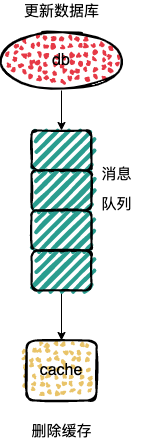
boilingfrog/Go-POINT keeps this draw.io diagram as img/redis/redis-cache-mq.png. Above is the earlier version. Source tidied: cells renumbered, new cells last; positions are measured from the earlier drawing's top-left corner, leaving out a move shared by most shapes. The source it was exported from:
```xml
<mxGraphModel>
  <root>
    <mxCell id="0" />
    <mxCell id="1" parent="0" />
    <mxCell id="2" style="edgeStyle=none;html=1;entryX=0;entryY=0.5;entryDx=0;entryDy=0;" parent="1" edge="1" source="3" target="4">
      <mxGeometry relative="1" as="geometry" />
    </mxCell>
    <mxCell id="3" value="db" style="ellipse;whiteSpace=wrap;html=1;strokeWidth=2;fillWeight=2;hachureGap=8;fillColor=#E63946;fillStyle=dots;sketch=1;fontSize=16;" parent="1" vertex="1">
      <mxGeometry y="30" width="120" height="60" as="geometry" />
    </mxCell>
    <mxCell id="4" style="rounded=1;whiteSpace=wrap;html=1;strokeWidth=2;fillWeight=4;hachureGap=8;hachureAngle=45;sketch=1;fillColor=#2A9D8F;direction=south;" parent="1" vertex="1">
      <mxGeometry x="30" y="130" width="60" height="40" as="geometry" />
    </mxCell>
    <mxCell id="5" style="rounded=1;whiteSpace=wrap;html=1;strokeWidth=2;fillWeight=4;hachureGap=8;hachureAngle=45;sketch=1;fillColor=#2A9D8F;direction=south;" parent="1" vertex="1">
      <mxGeometry x="30" y="170" width="60" height="40" as="geometry" />
    </mxCell>
    <mxCell id="6" style="rounded=1;whiteSpace=wrap;html=1;strokeWidth=2;fillWeight=4;hachureGap=8;hachureAngle=45;sketch=1;fillColor=#2A9D8F;direction=south;" parent="1" vertex="1">
      <mxGeometry x="30" y="210" width="60" height="40" as="geometry" />
    </mxCell>
    <mxCell id="7" style="edgeStyle=none;html=1;entryX=0.5;entryY=0;entryDx=0;entryDy=0;" parent="1" edge="1" source="8" target="10">
      <mxGeometry relative="1" as="geometry" />
    </mxCell>
    <mxCell id="8" style="rounded=1;whiteSpace=wrap;html=1;strokeWidth=2;fillWeight=4;hachureGap=8;hachureAngle=45;sketch=1;fillColor=#2A9D8F;direction=south;" parent="1" vertex="1">
      <mxGeometry x="30" y="250" width="60" height="40" as="geometry" />
    </mxCell>
    <mxCell id="9" value="&lt;span style=&quot;font-size: 15px&quot;&gt;消息&lt;br&gt;队列&lt;/span&gt;" style="text;html=1;align=center;verticalAlign=middle;strokeColor=none;fillColor=none;fontSize=25;" parent="1" vertex="1">
      <mxGeometry x="90" y="150" width="50" height="70" as="geometry" />
    </mxCell>
    <mxCell id="10" value="cache" style="rounded=1;whiteSpace=wrap;html=1;strokeWidth=2;fillWeight=2;hachureGap=8;hachureAngle=45;fillColor=#E9C46A;sketch=1;fontSize=16;fillStyle=dots;" parent="1" vertex="1">
      <mxGeometry x="25" y="340" width="70" height="60" as="geometry" />
    </mxCell>
    <mxCell id="11" value="更新数据库" style="text;html=1;align=center;verticalAlign=middle;strokeColor=none;fillColor=none;fontSize=15;" parent="1" vertex="1">
      <mxGeometry x="15" width="90" height="20" as="geometry" />
    </mxCell>
    <mxCell id="12" value="删除缓存" style="text;html=1;align=center;verticalAlign=middle;strokeColor=none;fillColor=none;fontSize=15;" parent="1" vertex="1">
      <mxGeometry x="20" y="420" width="80" height="20" as="geometry" />
    </mxCell>
  </root>
</mxGraphModel>
```
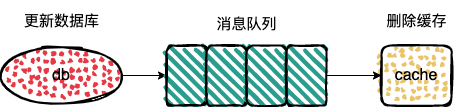
The same file after the commit.

Commit message:
feat:Redis 中的缓存应用

What changed in the source:
```diff
@@ -2,38 +2,38 @@
   <root>
     <mxCell id="0" />
     <mxCell id="1" parent="0" />
-    <mxCell id="2" style="edgeStyle=none;html=1;entryX=0;entryY=0.5;entryDx=0;entryDy=0;" parent="1" edge="1" source="3" target="4">
+    <mxCell id="2" style="edgeStyle=none;html=1;entryX=1;entryY=0.5;entryDx=0;entryDy=0;" parent="1" edge="1" source="3" target="4">
       <mxGeometry relative="1" as="geometry" />
     </mxCell>
     <mxCell id="3" value="db" style="ellipse;whiteSpace=wrap;html=1;strokeWidth=2;fillWeight=2;hachureGap=8;fillColor=#E63946;fillStyle=dots;sketch=1;fontSize=16;" parent="1" vertex="1">
-      <mxGeometry y="30" width="120" height="60" as="geometry" />
+      <mxGeometry x="-270" y="70" width="120" height="60" as="geometry" />
     </mxCell>
-    <mxCell id="4" style="rounded=1;whiteSpace=wrap;html=1;strokeWidth=2;fillWeight=4;hachureGap=8;hachureAngle=45;sketch=1;fillColor=#2A9D8F;direction=south;" parent="1" vertex="1">
-      <mxGeometry x="30" y="130" width="60" height="40" as="geometry" />
+    <mxCell id="4" style="rounded=1;whiteSpace=wrap;html=1;strokeWidth=2;fillWeight=4;hachureGap=8;hachureAngle=45;sketch=1;fillColor=#2A9D8F;direction=west;" parent="1" vertex="1">
+      <mxGeometry x="-105" y="70" width="40" height="60" as="geometry" />
     </mxCell>
-    <mxCell id="5" style="rounded=1;whiteSpace=wrap;html=1;strokeWidth=2;fillWeight=4;hachureGap=8;hachureAngle=45;sketch=1;fillColor=#2A9D8F;direction=south;" parent="1" vertex="1">
-      <mxGeometry x="30" y="170" width="60" height="40" as="geometry" />
-    </mxCell>
-    <mxCell id="6" style="rounded=1;whiteSpace=wrap;html=1;strokeWidth=2;fillWeight=4;hachureGap=8;hachureAngle=45;sketch=1;fillColor=#2A9D8F;direction=south;" parent="1" vertex="1">
-      <mxGeometry x="30" y="210" width="60" height="40" as="geometry" />
-    </mxCell>
-    <mxCell id="7" style="edgeStyle=none;html=1;entryX=0.5;entryY=0;entryDx=0;entryDy=0;" parent="1" edge="1" source="8" target="10">
-      <mxGeometry relative="1" as="geometry" />
-    </mxCell>
-    <mxCell id="8" style="rounded=1;whiteSpace=wrap;html=1;strokeWidth=2;fillWeight=4;hachureGap=8;hachureAngle=45;sketch=1;fillColor=#2A9D8F;direction=south;" parent="1" vertex="1">
-      <mxGeometry x="30" y="250" width="60" height="40" as="geometry" />
-    </mxCell>
-    <mxCell id="9" value="&lt;span style=&quot;font-size: 15px&quot;&gt;消息&lt;br&gt;队列&lt;/span&gt;" style="text;html=1;align=center;verticalAlign=middle;strokeColor=none;fillColor=none;fontSize=25;" parent="1" vertex="1">
-      <mxGeometry x="90" y="150" width="50" height="70" as="geometry" />
+    <mxCell id="9" value="&lt;span style=&quot;font-size: 15px&quot;&gt;消息队列&lt;/span&gt;" style="text;html=1;align=center;verticalAlign=middle;strokeColor=none;fillColor=none;fontSize=25;" parent="1" vertex="1">
+      <mxGeometry x="-65" y="25" width="80" height="40" as="geometry" />
     </mxCell>
     <mxCell id="10" value="cache" style="rounded=1;whiteSpace=wrap;html=1;strokeWidth=2;fillWeight=2;hachureGap=8;hachureAngle=45;fillColor=#E9C46A;sketch=1;fontSize=16;fillStyle=dots;" parent="1" vertex="1">
-      <mxGeometry x="25" y="340" width="70" height="60" as="geometry" />
+      <mxGeometry x="110" y="70" width="70" height="60" as="geometry" />
     </mxCell>
     <mxCell id="11" value="更新数据库" style="text;html=1;align=center;verticalAlign=middle;strokeColor=none;fillColor=none;fontSize=15;" parent="1" vertex="1">
-      <mxGeometry x="15" width="90" height="20" as="geometry" />
+      <mxGeometry x="-255" y="35" width="90" height="20" as="geometry" />
     </mxCell>
     <mxCell id="12" value="删除缓存" style="text;html=1;align=center;verticalAlign=middle;strokeColor=none;fillColor=none;fontSize=15;" parent="1" vertex="1">
-      <mxGeometry x="20" y="420" width="80" height="20" as="geometry" />
+      <mxGeometry x="105" y="35" width="80" height="20" as="geometry" />
     </mxCell>
+    <mxCell id="13" style="rounded=1;whiteSpace=wrap;html=1;strokeWidth=2;fillWeight=4;hachureGap=8;hachureAngle=45;sketch=1;fillColor=#2A9D8F;direction=west;" parent="1" vertex="1">
+      <mxGeometry x="-65" y="70" width="40" height="60" as="geometry" />
+    </mxCell>
+    <mxCell id="14" style="rounded=1;whiteSpace=wrap;html=1;strokeWidth=2;fillWeight=4;hachureGap=8;hachureAngle=45;sketch=1;fillColor=#2A9D8F;direction=west;" parent="1" vertex="1">
+      <mxGeometry x="-25" y="70" width="40" height="60" as="geometry" />
+    </mxCell>
+    <mxCell id="15" style="edgeStyle=none;html=1;entryX=0;entryY=0.5;entryDx=0;entryDy=0;" parent="1" edge="1" source="16" target="10">
+      <mxGeometry relative="1" as="geometry" />
+    </mxCell>
+    <mxCell id="16" style="rounded=1;whiteSpace=wrap;html=1;strokeWidth=2;fillWeight=4;hachureGap=8;hachureAngle=45;sketch=1;fillColor=#2A9D8F;direction=west;" parent="1" vertex="1">
+      <mxGeometry x="15" y="70" width="40" height="60" as="geometry" />
+    </mxCell>
   </root>
 </mxGraphModel>
```
